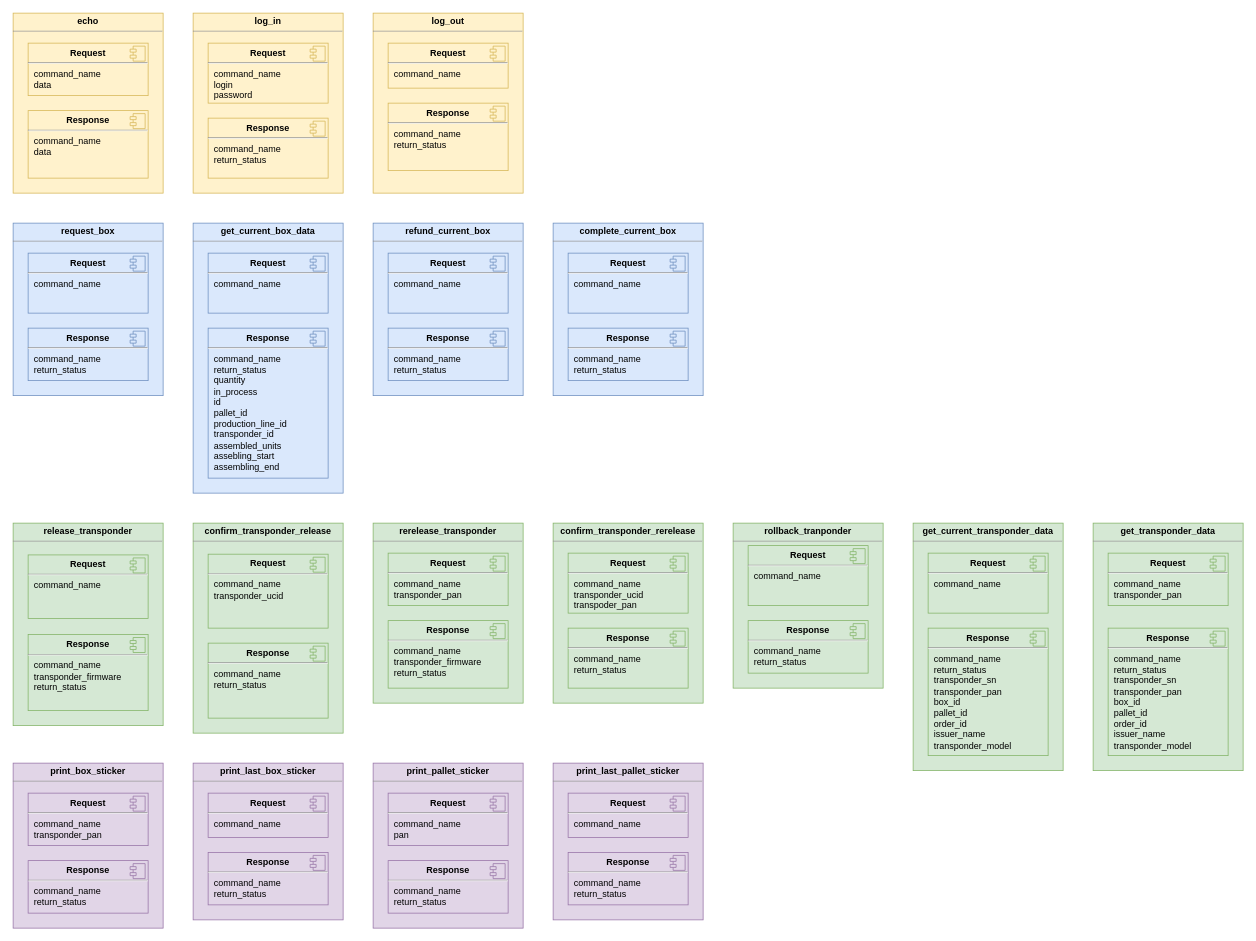
SultanLenvu/PersoServer keeps this draw.io diagram as Doc/Protocol.drawio. Above is the earlier version. Source tidied: cells renumbered, new cells numbered last; positions are measured from the earlier drawing's top-left corner, leaving out a move shared by most shapes. Both pictures are drawn from the tidied source at 75%, with x=0, y=0 at pixel (13, 13).
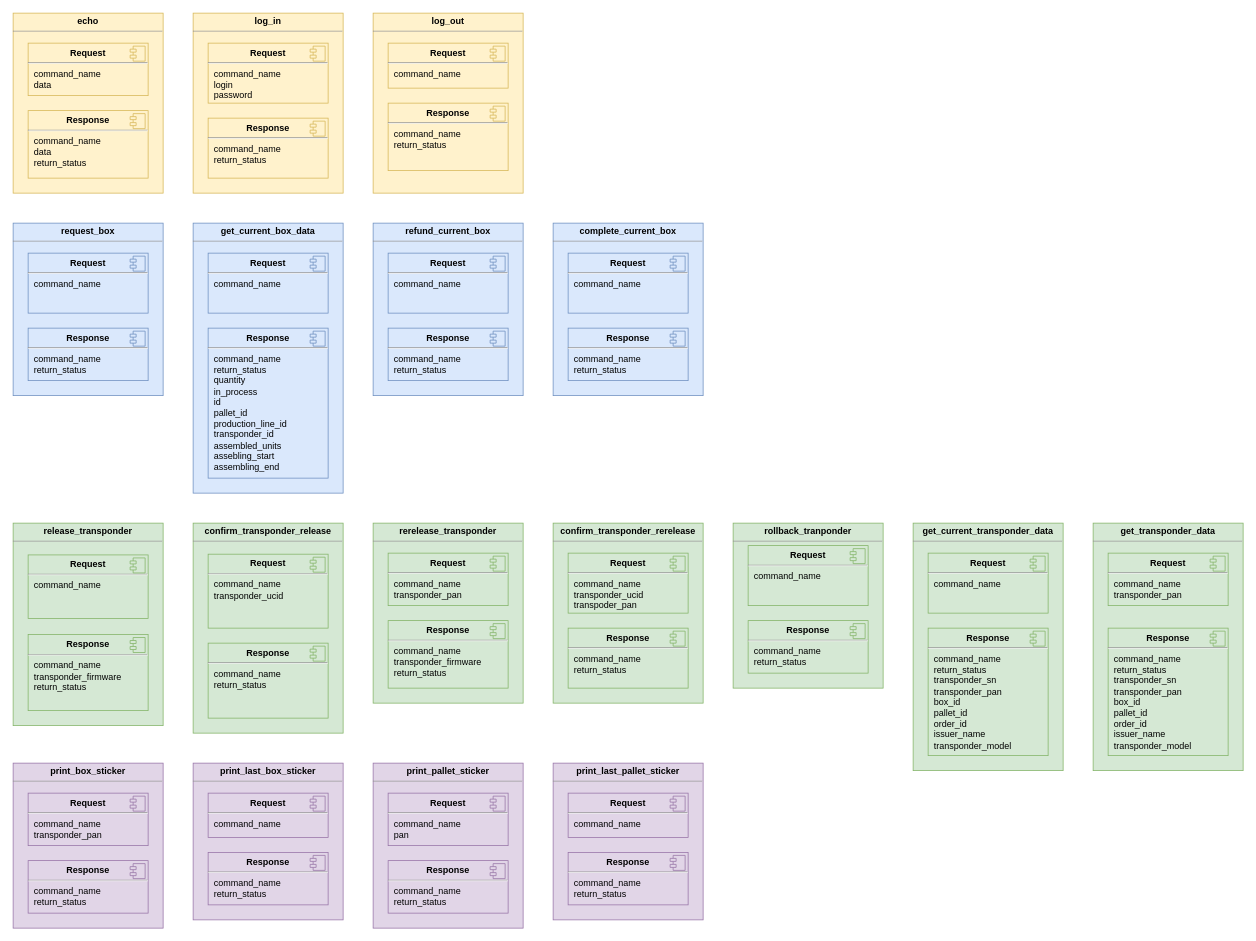
After the change.

Change to the diagram source:
```diff
@@
-    <mxCell id="25" value="&lt;p style=&quot;margin: 0px ; margin-top: 6px ; text-align: center&quot;&gt;&lt;span style=&quot;text-align: left&quot;&gt;&lt;b&gt;Response&lt;/b&gt;&lt;/span&gt;&lt;br&gt;&lt;/p&gt;&lt;hr&gt;&lt;p style=&quot;margin: 0px 0px 0px 8px&quot;&gt;command_name&lt;br&gt;&lt;/p&gt;&lt;p style=&quot;margin: 0px ; margin-left: 8px&quot;&gt;data&lt;/p&gt;&lt;p style=&quot;margin: 0px ; margin-left: 8px&quot;&gt;&lt;br&gt;&lt;/p&gt;&lt;p style=&quot;margin: 0px ; margin-left: 8px&quot;&gt;&lt;br&gt;&lt;/p&gt;" style="align=left;overflow=fill;html=1;fillColor=#fff2cc;strokeColor=#d6b656;" parent="1" vertex="1">
+    <mxCell id="25" value="&lt;p style=&quot;margin: 0px ; margin-top: 6px ; text-align: center&quot;&gt;&lt;span style=&quot;text-align: left&quot;&gt;&lt;b&gt;Response&lt;/b&gt;&lt;/span&gt;&lt;br&gt;&lt;/p&gt;&lt;hr&gt;&lt;p style=&quot;margin: 0px 0px 0px 8px&quot;&gt;command_name&lt;br&gt;&lt;/p&gt;&lt;p style=&quot;margin: 0px ; margin-left: 8px&quot;&gt;data&lt;/p&gt;&lt;p style=&quot;margin: 0px ; margin-left: 8px&quot;&gt;return_status&lt;br&gt;&lt;/p&gt;&lt;p style=&quot;margin: 0px ; margin-left: 8px&quot;&gt;&lt;br&gt;&lt;/p&gt;&lt;p style=&quot;margin: 0px ; margin-left: 8px&quot;&gt;&lt;br&gt;&lt;/p&gt;" style="align=left;overflow=fill;html=1;fillColor=#fff2cc;strokeColor=#d6b656;" parent="1" vertex="1">
       <mxGeometry x="20" y="130" width="160" height="90" as="geometry" />
     </mxCell>
```
